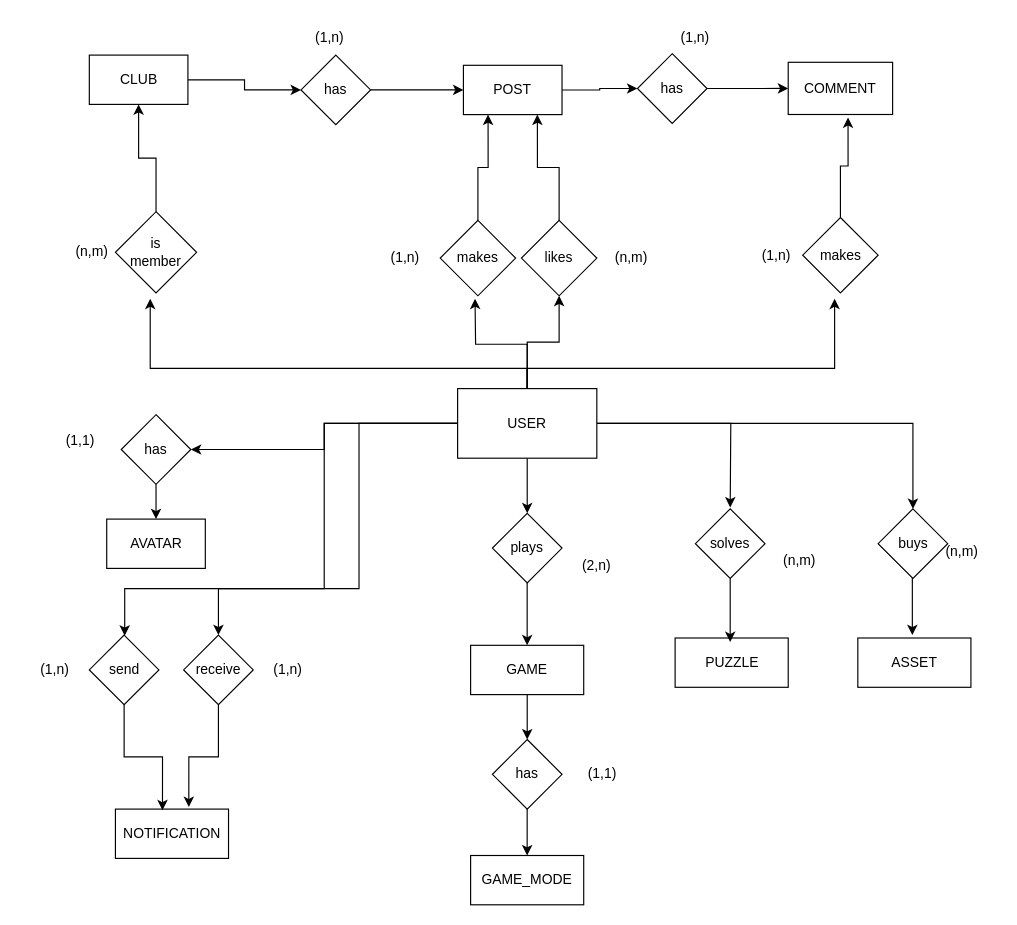
amg1114/gambler-pawns-backend keeps this draw.io diagram as db/logical-ER-diagram.drawio. Above is the earlier version. Source tidied: cells renumbered, new cells numbered last; positions are measured from the earlier drawing's top-left corner, leaving out a move shared by most shapes. Both pictures are drawn from the tidied source at 116%, with x=0, y=0 at pixel (20, 20).
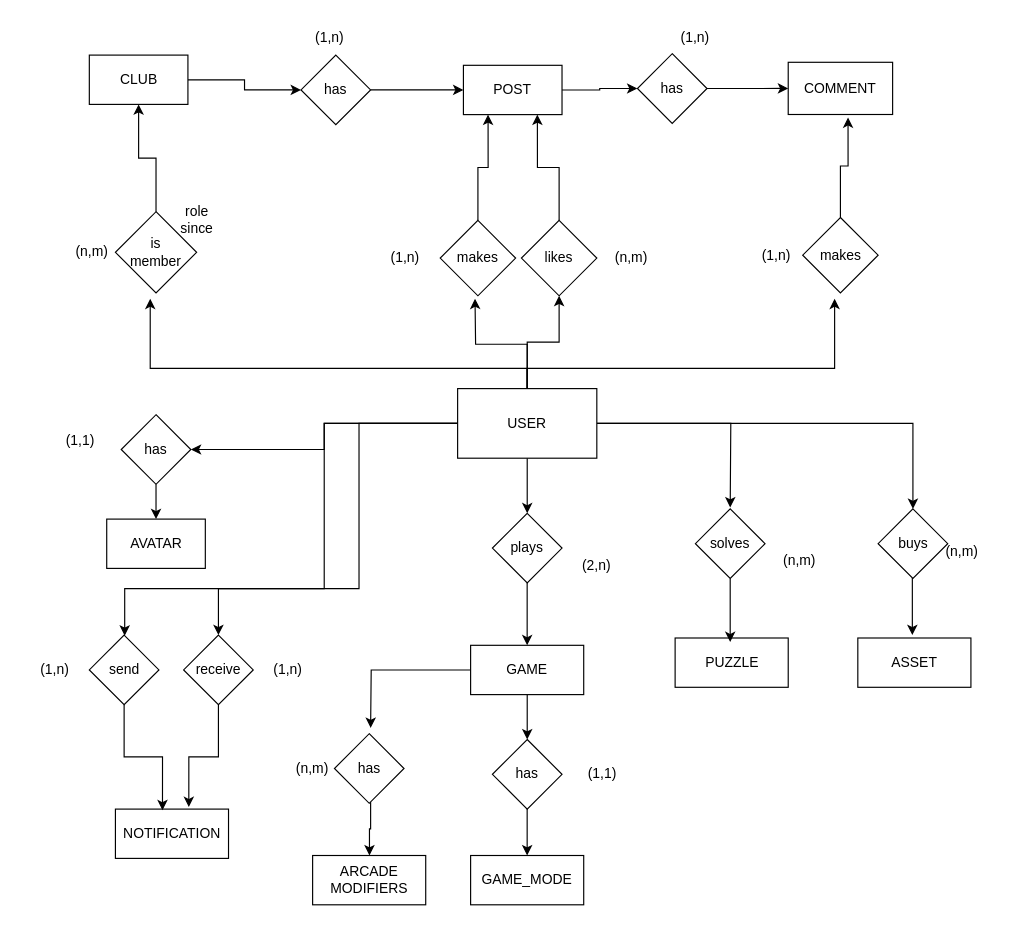
The same page after the edit.

Commit message (it also covers changes not shown here):
schema.sql modified with constraints, added: indexes.sql, triggers.sql, default_data.sql for default inserts

The change refers to these unchanged cells:
```xml
<mxCell id="42" value="GAME" style="rounded=0;whiteSpace=wrap;html=1;" parent="1" vertex="1">
  <mxGeometry x="388.2" y="538.8" width="97.5" height="42.5" as="geometry" />
</mxCell>
```

Change to the diagram source:
```diff
@@
+    <mxCell id="64" style="edgeStyle=orthogonalEdgeStyle;rounded=0;jettySize=auto;html=1;" parent="1" edge="1" source="42">
+      <mxGeometry relative="1" as="geometry">
+        <mxPoint x="302" y="610" as="targetPoint" />
+      </mxGeometry>
+    </mxCell>
@@
+    <mxCell id="65" value="&lt;div&gt;ARCADE&lt;/div&gt;&lt;div&gt;MODIFIERS&lt;/div&gt;" style="rounded=0;whiteSpace=wrap;html=1;" parent="1" vertex="1">
+      <mxGeometry x="252" y="720" width="97.5" height="42.5" as="geometry" />
+    </mxCell>
+    <mxCell id="66" style="edgeStyle=orthogonalEdgeStyle;rounded=0;jettySize=auto;html=1;" parent="1" edge="1" source="67" target="65">
+      <mxGeometry relative="1" as="geometry">
+        <Array as="points">
+          <mxPoint x="302" y="697" />
+          <mxPoint x="301" y="697" />
+        </Array>
+      </mxGeometry>
+    </mxCell>
+    <mxCell id="67" value="has" style="rhombus;whiteSpace=wrap;html=1;" parent="1" vertex="1">
+      <mxGeometry x="270.8" y="615" width="60" height="60" as="geometry" />
+    </mxCell>
+    <mxCell id="68" value="(n,m)" style="text;html=1;align=center;verticalAlign=middle;whiteSpace=wrap;rounded=0;" parent="1" vertex="1">
+      <mxGeometry x="222" y="630" width="60" height="30" as="geometry" />
+    </mxCell>
+    <mxCell id="69" value="role" style="text;html=1;align=center;verticalAlign=middle;whiteSpace=wrap;rounded=0;" parent="1" vertex="1">
+      <mxGeometry x="124.5" y="150" width="55" height="30" as="geometry" />
+    </mxCell>
+    <mxCell id="70" value="since" style="text;html=1;align=center;verticalAlign=middle;whiteSpace=wrap;rounded=0;" parent="1" vertex="1">
+      <mxGeometry x="124.5" y="165" width="55" height="30" as="geometry" />
+    </mxCell>
```
